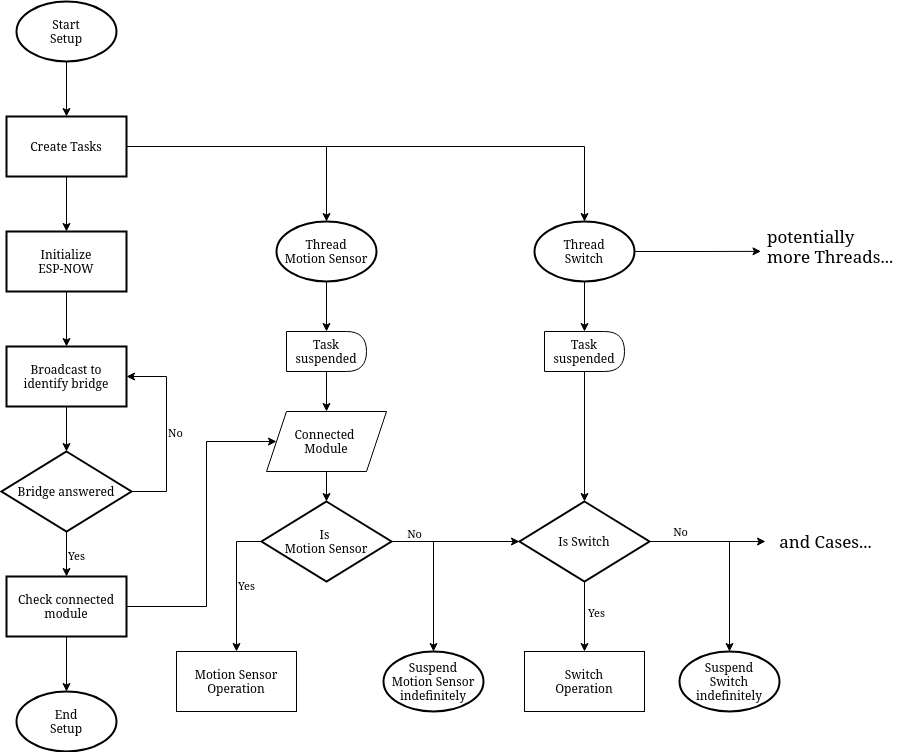
The draw.io diagram Diplomarbeit/topics/flowcharts/Slave.drawio.png in SeriousHarlequin/FaRiSmarthome, before a commit. Source tidied: cells renumbered, new cells last; positions are measured from the earlier drawing's top-left corner, leaving out a move shared by most shapes.
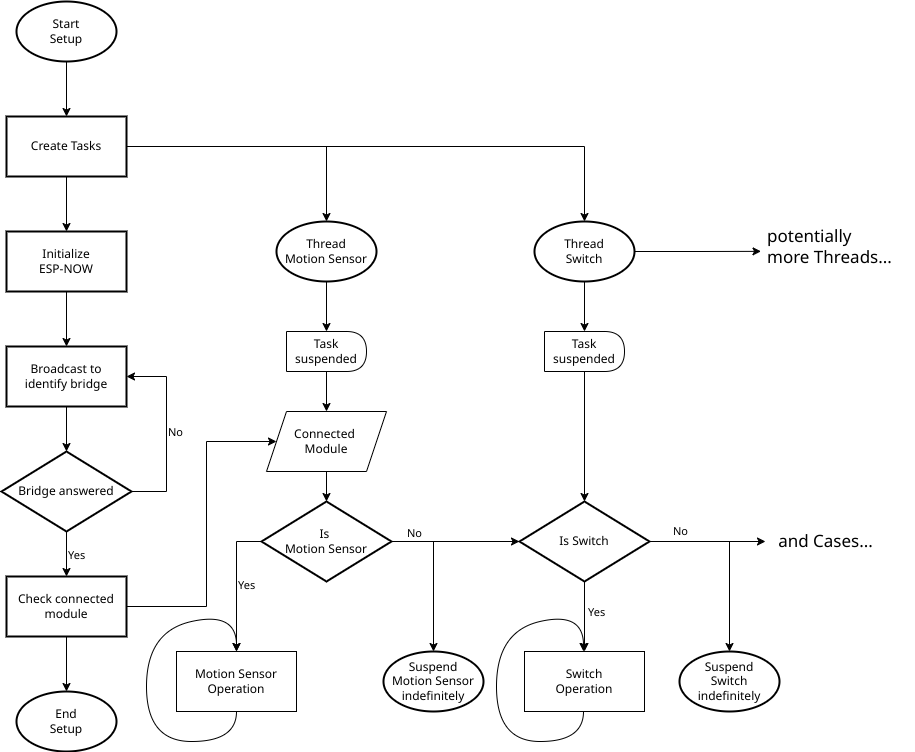
Later version of the same file.

Diff of the diagram source:
```diff
@@ -160,5 +160,27 @@
     <mxCell id="49" style="edgeStyle=orthogonalEdgeStyle;rounded=0;jettySize=auto;html=1;exitX=1;exitY=0.5;exitDx=0;exitDy=0;exitPerimeter=0;entryX=-0.03;entryY=0.597;entryDx=0;entryDy=0;entryPerimeter=0;" parent="1" edge="1" source="20" target="42">
       <mxGeometry relative="1" as="geometry" />
     </mxCell>
+    <mxCell id="50" style="curved=1;endArrow=classic;html=1;rounded=0;exitX=0.5;exitY=1;exitDx=0;exitDy=0;entryX=0.5;entryY=0;entryDx=0;entryDy=0;" parent="1" edge="1" source="36" target="36">
+      <mxGeometry relative="1" as="geometry">
+        <Array as="points">
+          <mxPoint x="235" y="740" />
+          <mxPoint x="145" y="740" />
+          <mxPoint x="145" y="630" />
+          <mxPoint x="235" y="610" />
+        </Array>
+      </mxGeometry>
+    </mxCell>
+    <mxCell id="51" style="curved=1;endArrow=classic;html=1;rounded=0;exitX=0.5;exitY=1;exitDx=0;exitDy=0;entryX=0.5;entryY=0;entryDx=0;entryDy=0;" parent="1" edge="1">
+      <mxGeometry relative="1" as="geometry">
+        <mxPoint x="582" y="710" as="sourcePoint" />
+        <mxPoint x="582" y="650" as="targetPoint" />
+        <Array as="points">
+          <mxPoint x="582" y="740" />
+          <mxPoint x="495" y="740" />
+          <mxPoint x="495" y="630" />
+          <mxPoint x="582" y="610" />
+        </Array>
+      </mxGeometry>
+    </mxCell>
   </root>
 </mxGraphModel>
```
